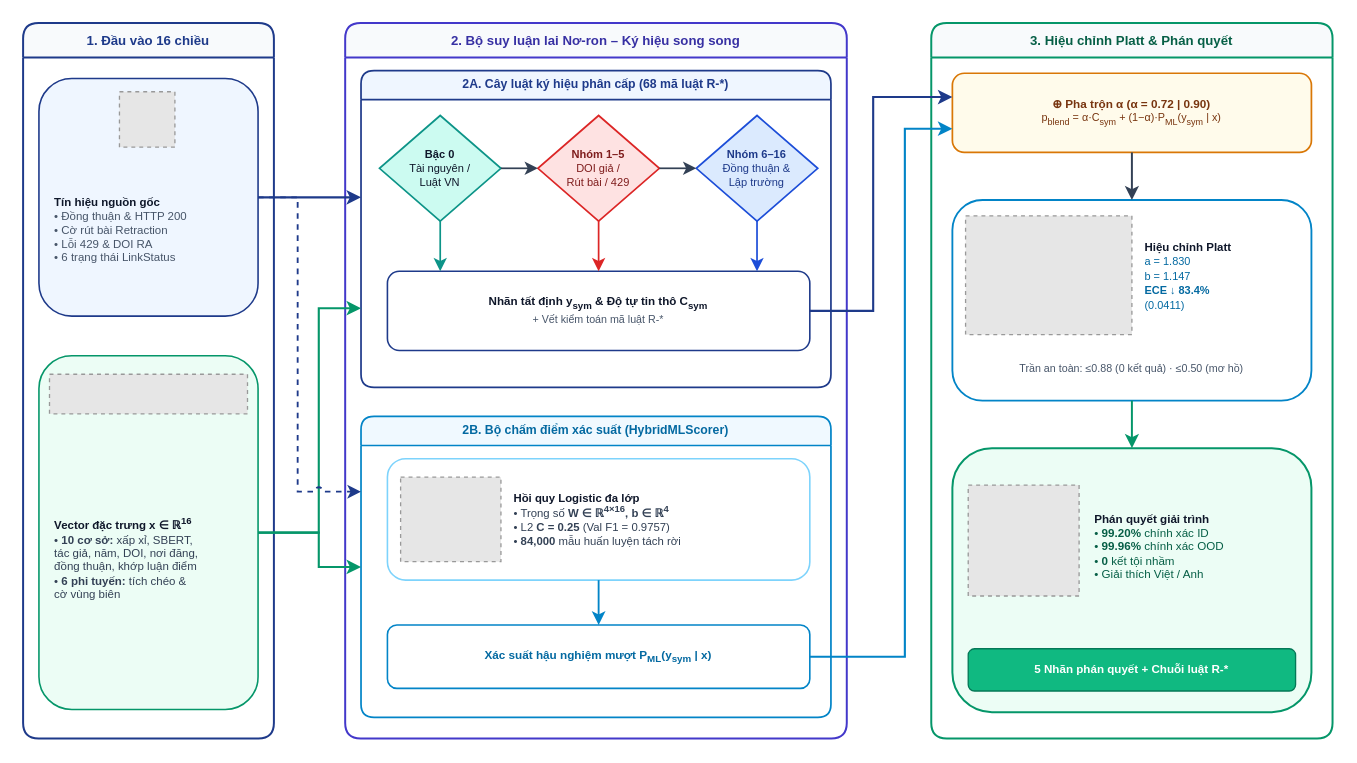
Above: page "fig4_6_neurosymbolic" (11 of 12) of FinalReport_TDTU_VN/picture/figures/drawio/citra_thesis_diagrams.drawio in iannwendy/citra (draw.io), before the change. Source tidied: cells renumbered, new cells numbered last; positions are measured from the earlier drawing's top-left corner, leaving out a move shared by most shapes. Both pictures are drawn from the tidied source at 132%, with x=0, y=0 at pixel (22, 22). Pictures stored in the file or linked from it are replaced by grey dashed boxes.
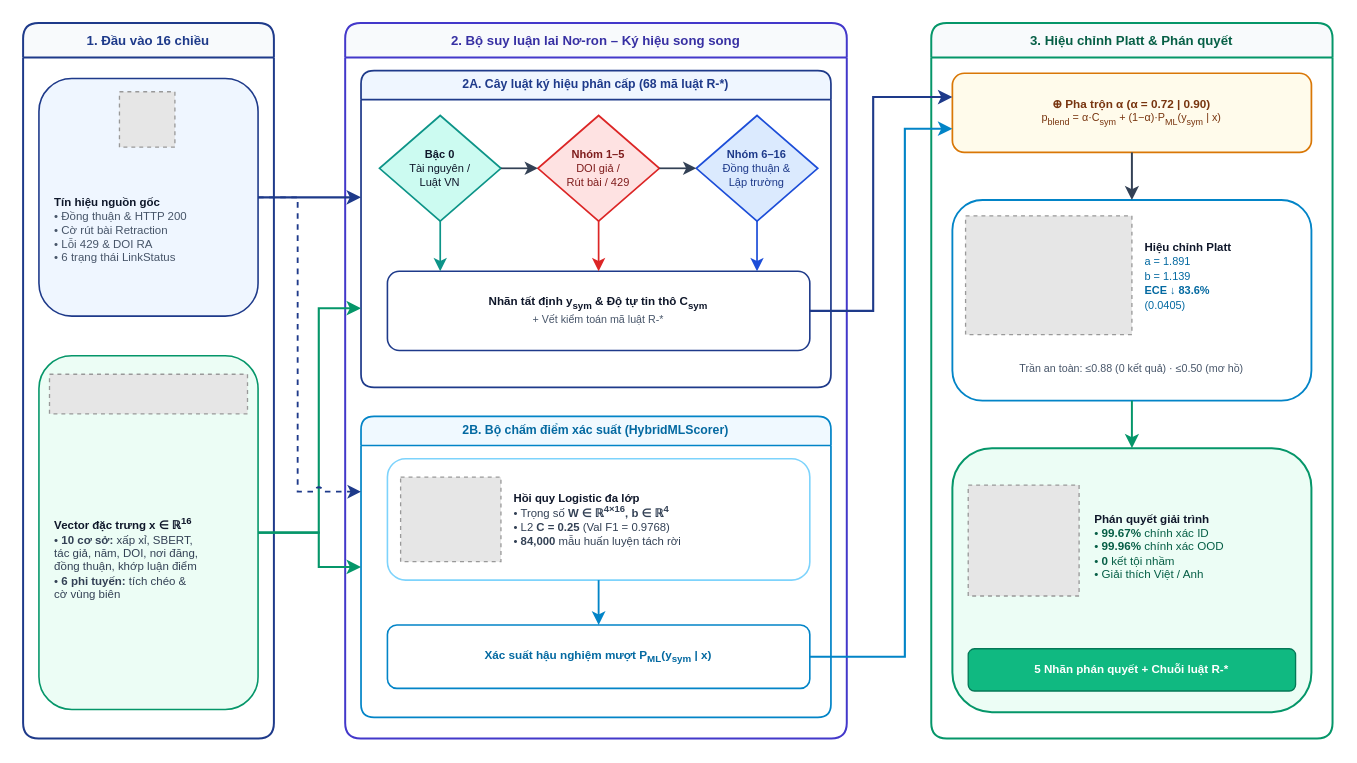
The same diagram, later.

The change refers to these unchanged cells:
```xml
<mxCell id="20" value="&lt;b&gt;2B. Bộ chấm điểm xác suất (HybridMLScorer)&lt;/b&gt;" style="swimlane;startSize=22;rounded=1;fillColor=#F0F9FF;strokeColor=#0284C7;strokeWidth=1.3;fontFamily=Arial;fontSize=9.3;fontColor=#0369A1;whiteSpace=wrap;html=1;" parent="9" vertex="1">
  <mxGeometry x="12" y="298" width="356" height="228" as="geometry" />
</mxCell>
<mxCell id="26" value="&lt;b&gt;3. Hiệu chỉnh Platt &amp;amp; Phán quyết&lt;/b&gt;" style="swimlane;startSize=26;rounded=1;fillColor=#F8FAFC;strokeColor=#059669;strokeWidth=1.5;fontFamily=Arial;fontSize=10.0;fontColor=#065F46;whiteSpace=wrap;html=1;" parent="1" vertex="1">
  <mxGeometry x="688" width="304" height="542" as="geometry" />
</mxCell>
```

Diff of the diagram source:
```diff
@@
-    <mxCell id="23" value="&lt;b&gt;Hồi quy Logistic đa lớp&lt;/b&gt;&lt;br&gt;&lt;font color=&quot;#334155&quot;&gt;• Trọng số &lt;b&gt;W ∈ ℝ&lt;sup&gt;4×16&lt;/sup&gt;, b ∈ ℝ&lt;sup&gt;4&lt;/sup&gt;&lt;/b&gt;&lt;br&gt;• L2 &lt;b&gt;C = 0.25&lt;/b&gt; (Val F1 = 0.9757)&lt;br&gt;• &lt;b&gt;84,000&lt;/b&gt; mẫu huấn luyện tách rời&lt;/font&gt;" style="text;align=left;verticalAlign=middle;fontFamily=Arial;fontSize=8.6;fontColor=#0F172A;whiteSpace=wrap;html=1;" parent="20" vertex="1">
+    <mxCell id="23" value="&lt;b&gt;Hồi quy Logistic đa lớp&lt;/b&gt;&lt;br&gt;&lt;font color=&quot;#334155&quot;&gt;• Trọng số &lt;b&gt;W ∈ ℝ&lt;sup&gt;4×16&lt;/sup&gt;, b ∈ ℝ&lt;sup&gt;4&lt;/sup&gt;&lt;/b&gt;&lt;br&gt;• L2 &lt;b&gt;C = 0.25&lt;/b&gt; (Val F1 = 0.9768)&lt;br&gt;• &lt;b&gt;84,000&lt;/b&gt; mẫu huấn luyện tách rời&lt;/font&gt;" style="text;align=left;verticalAlign=middle;fontFamily=Arial;fontSize=8.6;fontColor=#0F172A;whiteSpace=wrap;html=1;" parent="20" vertex="1">
       <mxGeometry x="114" y="36" width="220" height="84" as="geometry" />
     </mxCell>
@@
-    <mxCell id="30" value="&lt;b&gt;Hiệu chỉnh Platt&lt;/b&gt;&lt;br&gt;&lt;font color=&quot;#0369A1&quot; style=&quot;font-size:8.3px&quot;&gt;a = 1.830&lt;br&gt;b = 1.147&lt;br&gt;&lt;b&gt;ECE ↓ 83.4%&lt;/b&gt;&lt;br&gt;(0.0411)&lt;/font&gt;" style="text;align=left;verticalAlign=middle;fontFamily=Arial;fontSize=8.7;fontColor=#0F172A;whiteSpace=wrap;html=1;" parent="26" vertex="1">
+    <mxCell id="30" value="&lt;b&gt;Hiệu chỉnh Platt&lt;/b&gt;&lt;br&gt;&lt;font color=&quot;#0369A1&quot; style=&quot;font-size:8.3px&quot;&gt;a = 1.891&lt;br&gt;b = 1.139&lt;br&gt;&lt;b&gt;ECE ↓ 83.6%&lt;/b&gt;&lt;br&gt;(0.0405)&lt;/font&gt;" style="text;align=left;verticalAlign=middle;fontFamily=Arial;fontSize=8.7;fontColor=#0F172A;whiteSpace=wrap;html=1;" parent="26" vertex="1">
       <mxGeometry x="160" y="144" width="120" height="96" as="geometry" />
     </mxCell>
@@
-    <mxCell id="34" value="&lt;b&gt;Phán quyết giải trình&lt;/b&gt;&lt;br&gt;&lt;font color=&quot;#065F46&quot;&gt;• &lt;b&gt;99.20%&lt;/b&gt; chính xác ID&lt;br&gt;• &lt;b&gt;99.96%&lt;/b&gt; chính xác OOD&lt;br&gt;• &lt;b&gt;0&lt;/b&gt; kết tội nhầm&lt;br&gt;• Giải thích Việt / Anh&lt;/font&gt;" style="text;align=left;verticalAlign=middle;fontFamily=Arial;fontSize=8.8;fontColor=#0F172A;whiteSpace=wrap;html=1;" parent="26" vertex="1">
+    <mxCell id="34" value="&lt;b&gt;Phán quyết giải trình&lt;/b&gt;&lt;br&gt;&lt;font color=&quot;#065F46&quot;&gt;• &lt;b&gt;99.67%&lt;/b&gt; chính xác ID&lt;br&gt;• &lt;b&gt;99.96%&lt;/b&gt; chính xác OOD&lt;br&gt;• &lt;b&gt;0&lt;/b&gt; kết tội nhầm&lt;br&gt;• Giải thích Việt / Anh&lt;/font&gt;" style="text;align=left;verticalAlign=middle;fontFamily=Arial;fontSize=8.8;fontColor=#0F172A;whiteSpace=wrap;html=1;" parent="26" vertex="1">
       <mxGeometry x="122" y="338" width="158" height="118" as="geometry" />
     </mxCell>
```
